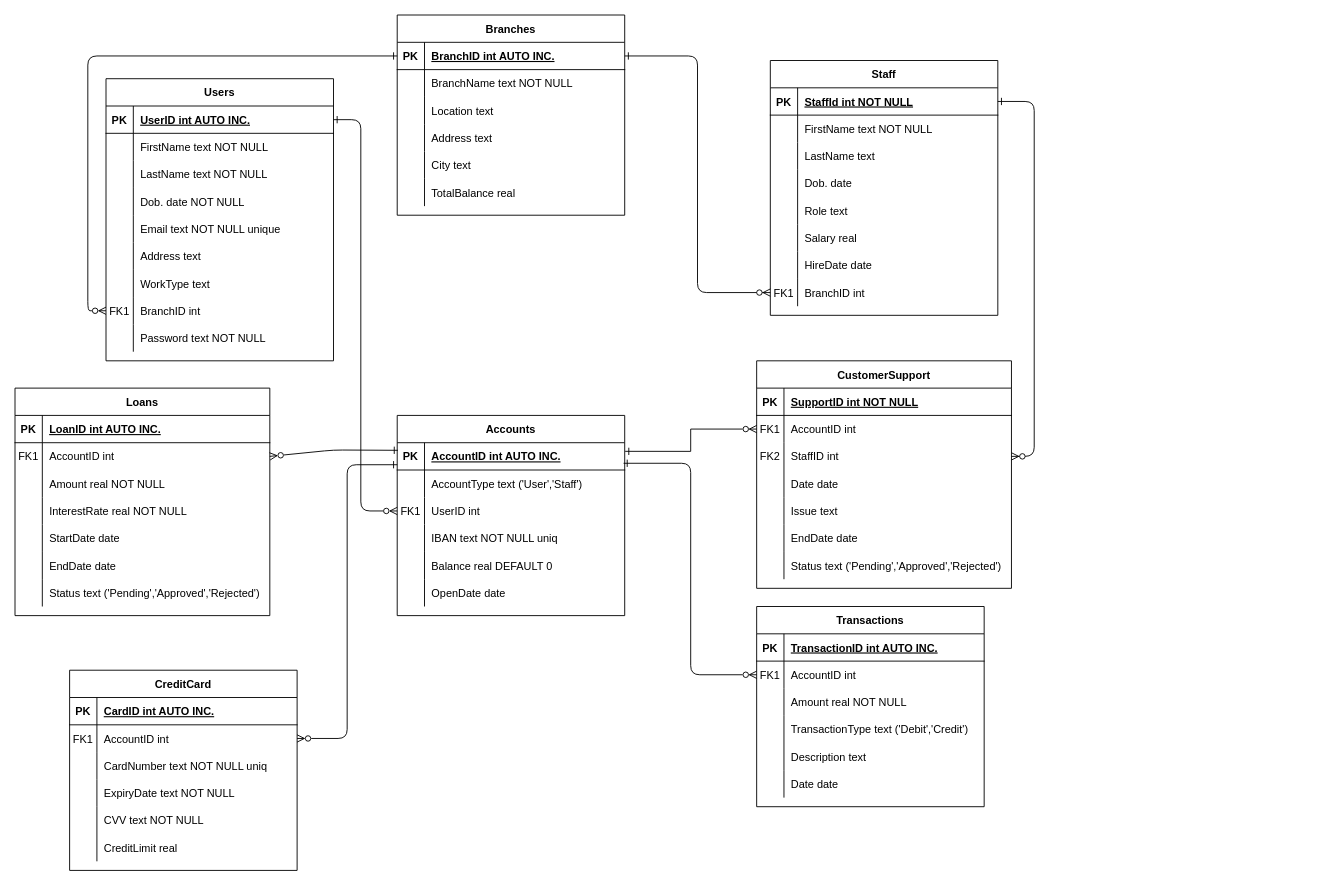
Earlier version of the draw.io diagram NoteBank.drawio (Eneuss/NoteBank). Source tidied: cells renumbered, new cells numbered last; positions are measured from the earlier drawing's top-left corner, leaving out a move shared by most shapes. Both pictures are drawn from the tidied source at 91%, with x=0, y=0 at pixel (15, 15).
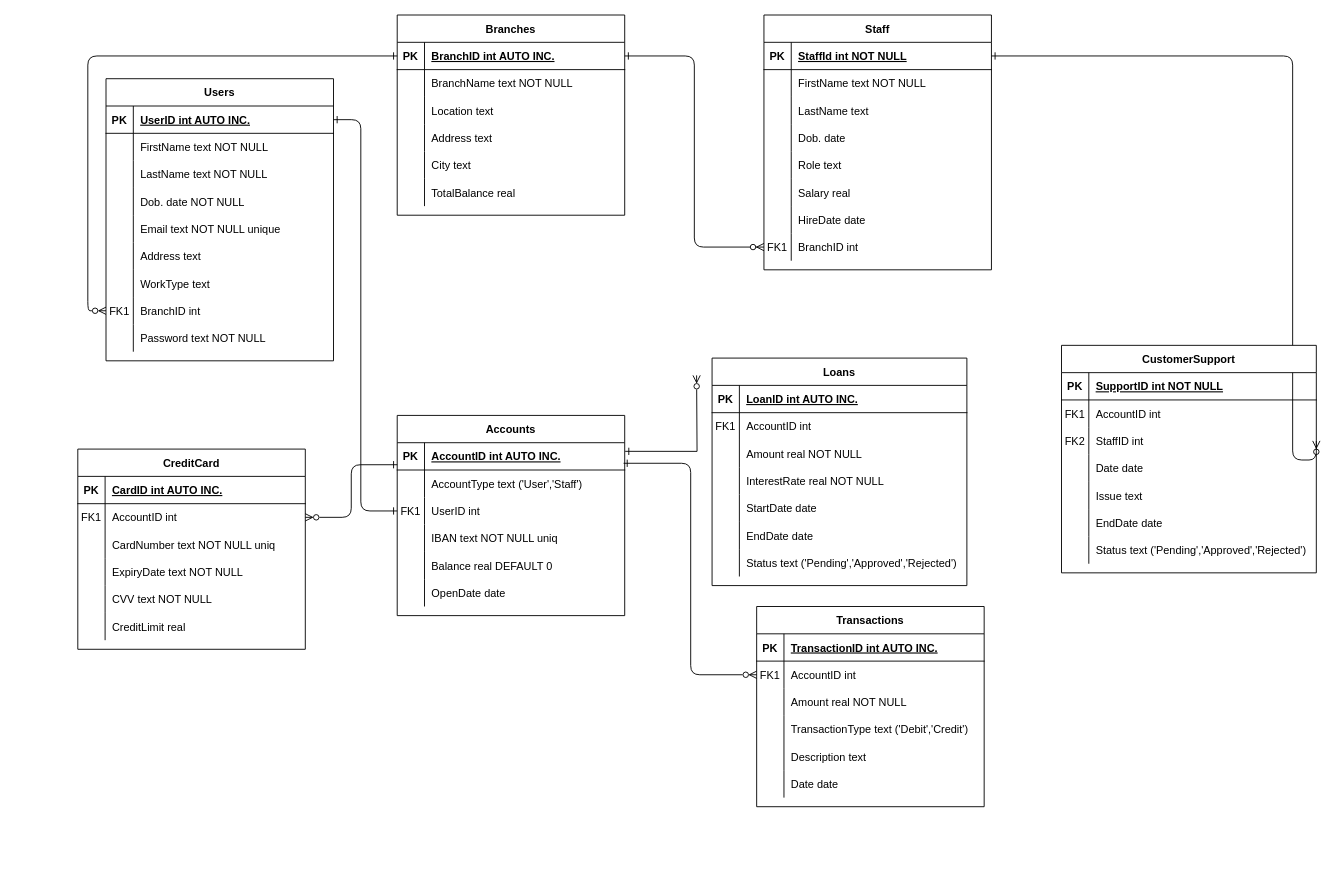
The same page after the edit.

The change refers to these unchanged cells:
```xml
<mxCell id="5" style="shape=partialRectangle;fillColor=none;points=[[0,0.5],[1,0.5]];portConstraint=eastwest;top=0;left=0;right=0;bottom=1;" parent="4" vertex="1">
  <mxGeometry y="30" width="250" height="30" as="geometry" />
</mxCell>
<mxCell id="33" style="shape=partialRectangle;fillColor=none;points=[[0,0.5],[1,0.5]];portConstraint=eastwest;top=0;left=0;right=0;bottom=0;" parent="29" vertex="1">
  <mxGeometry y="60" width="280" height="30" as="geometry" />
</mxCell>
<mxCell id="36" style="shape=partialRectangle;fillColor=none;points=[[0,0.5],[1,0.5]];portConstraint=eastwest;top=0;left=0;right=0;bottom=0;" parent="29" vertex="1">
  <mxGeometry y="90" width="280" height="30" as="geometry" />
</mxCell>
<mxCell id="71" style="shape=partialRectangle;fillColor=none;points=[[0,0.5],[1,0.5]];portConstraint=eastwest;top=0;left=0;right=0;bottom=1;" parent="70" vertex="1">
  <mxGeometry y="30" width="250" height="30" as="geometry" />
</mxCell>
<mxCell id="99" style="shape=partialRectangle;fillColor=none;points=[[0,0.5],[1,0.5]];portConstraint=eastwest;top=0;left=0;right=0;bottom=1;" parent="98" vertex="1">
  <mxGeometry y="30" width="250" height="30" as="geometry" />
</mxCell>
<mxCell id="105" style="shape=partialRectangle;fillColor=none;points=[[0,0.5],[1,0.5]];portConstraint=eastwest;top=0;left=0;right=0;bottom=0;" parent="98" vertex="1">
  <mxGeometry y="90" width="250" height="30" as="geometry" />
</mxCell>
<mxCell id="162" style="shape=partialRectangle;fillColor=none;points=[[0,0.5],[1,0.5]];portConstraint=eastwest;top=0;left=0;right=0;bottom=0;" parent="158" vertex="1">
  <mxGeometry y="60" width="280" height="30" as="geometry" />
</mxCell>
```

Change to the diagram source:
```diff
@@
-    <mxCell id="3" style="edgeStyle=orthogonalEdgeStyle;endArrow=ERzeroToMany;startArrow=ERone;endFill=1;startFill=0;entryX=1;entryY=0.5;entryDx=0;entryDy=0;" parent="1" edge="1" source="5" target="36">
+    <mxCell id="3" style="edgeStyle=orthogonalEdgeStyle;endArrow=ERzeroToMany;startArrow=ERone;endFill=1;startFill=0;entryX=1;entryY=0.5;entryDx=0;entryDy=0;exitX=1;exitY=0.5;exitDx=0;exitDy=0;" parent="1" edge="1" source="5" target="36">
       <mxGeometry relative="1" as="geometry">
         <Array as="points">
-          <mxPoint x="1120" y="95" />
-          <mxPoint x="1120" y="485" />
+          <mxPoint x="1404" y="45" />
+          <mxPoint x="1404" y="489" />
         </Array>
       </mxGeometry>
     </mxCell>
     <mxCell id="4" value="Staff" style="shape=table;startSize=30;childLayout=tableLayout;rowLines=0;fontStyle=1;align=center;" parent="1" vertex="1">
-      <mxGeometry x="830" y="50" width="250" height="280" as="geometry" />
+      <mxGeometry x="823" width="250" height="280" as="geometry" />
     </mxCell>
@@
     <mxCell id="29" value="CustomerSupport" style="shape=table;startSize=30;childLayout=tableLayout;rowLines=0;fontStyle=1;align=center;" parent="1" vertex="1">
-      <mxGeometry x="815" y="380" width="280" height="250" as="geometry" />
+      <mxGeometry x="1150" y="363" width="280" height="250" as="geometry" />
     </mxCell>
@@
     <mxCell id="138" value="CreditCard" style="shape=table;startSize=30;childLayout=tableLayout;rowLines=0;fontStyle=1;align=center;" parent="1" vertex="1">
-      <mxGeometry x="60" y="720" width="250" height="220" as="geometry" />
+      <mxGeometry x="69" y="477" width="250" height="220" as="geometry" />
     </mxCell>
@@
     <mxCell id="158" value="Loans" style="shape=table;startSize=30;childLayout=tableLayout;rowLines=0;fontStyle=1;align=center;" parent="1" vertex="1">
-      <mxGeometry y="410" width="280" height="250" as="geometry" />
+      <mxGeometry x="766" y="377" width="280" height="250" as="geometry" />
     </mxCell>
@@
-    <mxCell id="180" style="endArrow=ERzeroToMany;html=1;rounded=1;startArrow=ERone;startFill=0;endFill=0;edgeStyle=orthogonalEdgeStyle;curved=0;entryX=0;entryY=0.5;entryDx=0;entryDy=0;exitX=1;exitY=0.5;exitDx=0;exitDy=0;" parent="1" edge="1" source="71" target="105">
+    <mxCell id="180" style="endArrow=ERone;html=1;rounded=1;startArrow=ERone;startFill=0;endFill=0;edgeStyle=orthogonalEdgeStyle;curved=0;entryX=0;entryY=0.5;entryDx=0;entryDy=0;exitX=1;exitY=0.5;exitDx=0;exitDy=0;" parent="1" edge="1" source="71" target="105">
       <mxGeometry relative="1" as="geometry">
         <Array as="points">
           <mxPoint x="380" y="115" />
           <mxPoint x="380" y="545" />
         </Array>
       </mxGeometry>
     </mxCell>
-    <mxCell id="181" style="edgeStyle=orthogonalEdgeStyle;rounded=0;jettySize=auto;html=1;startArrow=ERzeroToMany;startFill=0;endArrow=ERone;endFill=0;entryX=1.002;entryY=0.316;entryDx=0;entryDy=0;entryPerimeter=0;exitX=0;exitY=0.5;exitDx=0;exitDy=0;" parent="1" edge="1" source="33" target="99">
-      <mxGeometry relative="1" as="geometry" />
+    <mxCell id="181" style="edgeStyle=orthogonalEdgeStyle;rounded=0;jettySize=auto;html=1;startArrow=ERzeroToMany;startFill=0;endArrow=ERone;endFill=0;entryX=1.002;entryY=0.316;entryDx=0;entryDy=0;entryPerimeter=0;" parent="1" edge="1" target="99">
+      <mxGeometry relative="1" as="geometry">
+        <mxPoint x="749" y="396" as="sourcePoint" />
+      </mxGeometry>
     </mxCell>
-    <mxCell id="182" style="endArrow=ERone;html=1;rounded=1;exitX=1;exitY=0.5;exitDx=0;exitDy=0;entryX=0.003;entryY=0.278;entryDx=0;entryDy=0;entryPerimeter=0;startArrow=ERzeroToMany;startFill=0;endFill=0;curved=0;" parent="1" edge="1" source="162" target="99">
-      <mxGeometry relative="1" as="geometry">
-        <Array as="points">
-          <mxPoint x="350" y="478" />
-        </Array>
-      </mxGeometry>
-    </mxCell>
```
